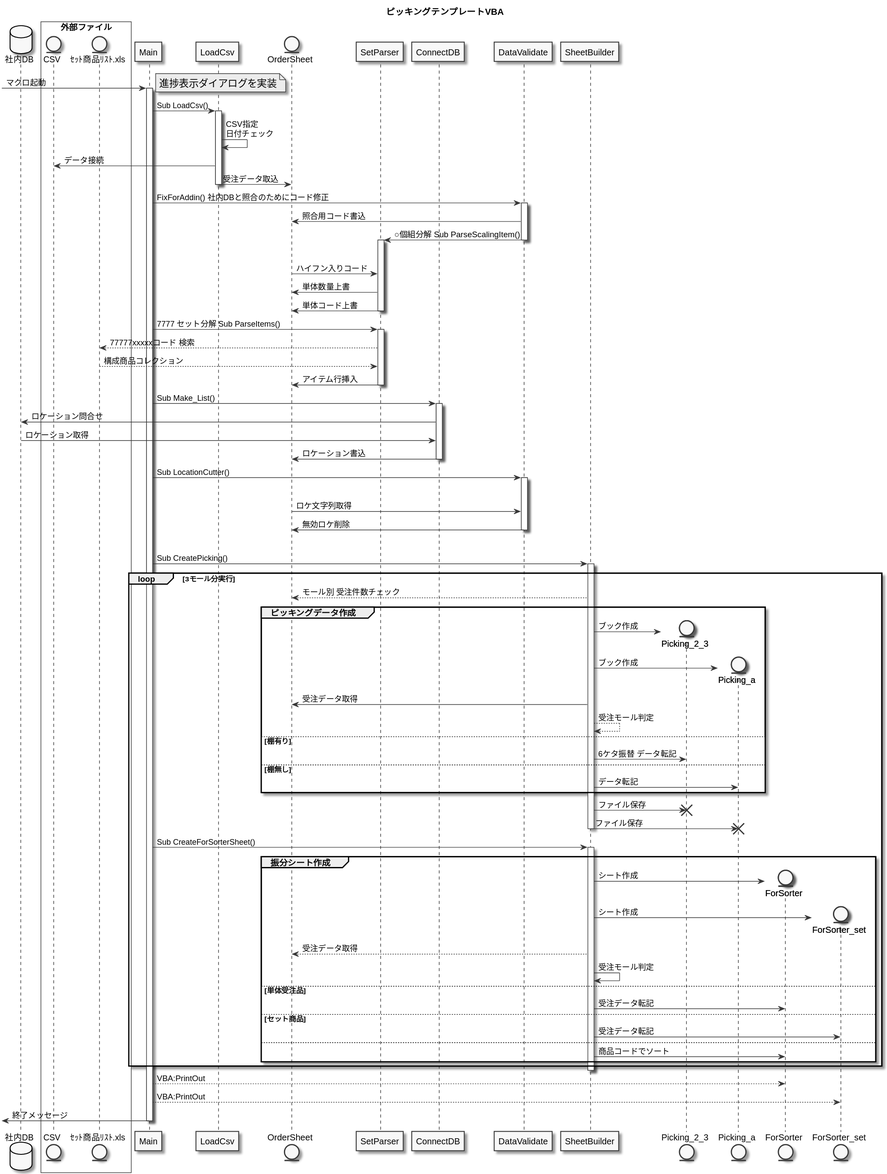
The PlantUML diagram docs/uml/picking_create_vba.svg in amunenaga/ec-backyard-macro, before a commit. Its source is kept beside it as picking_create_vba.puml.
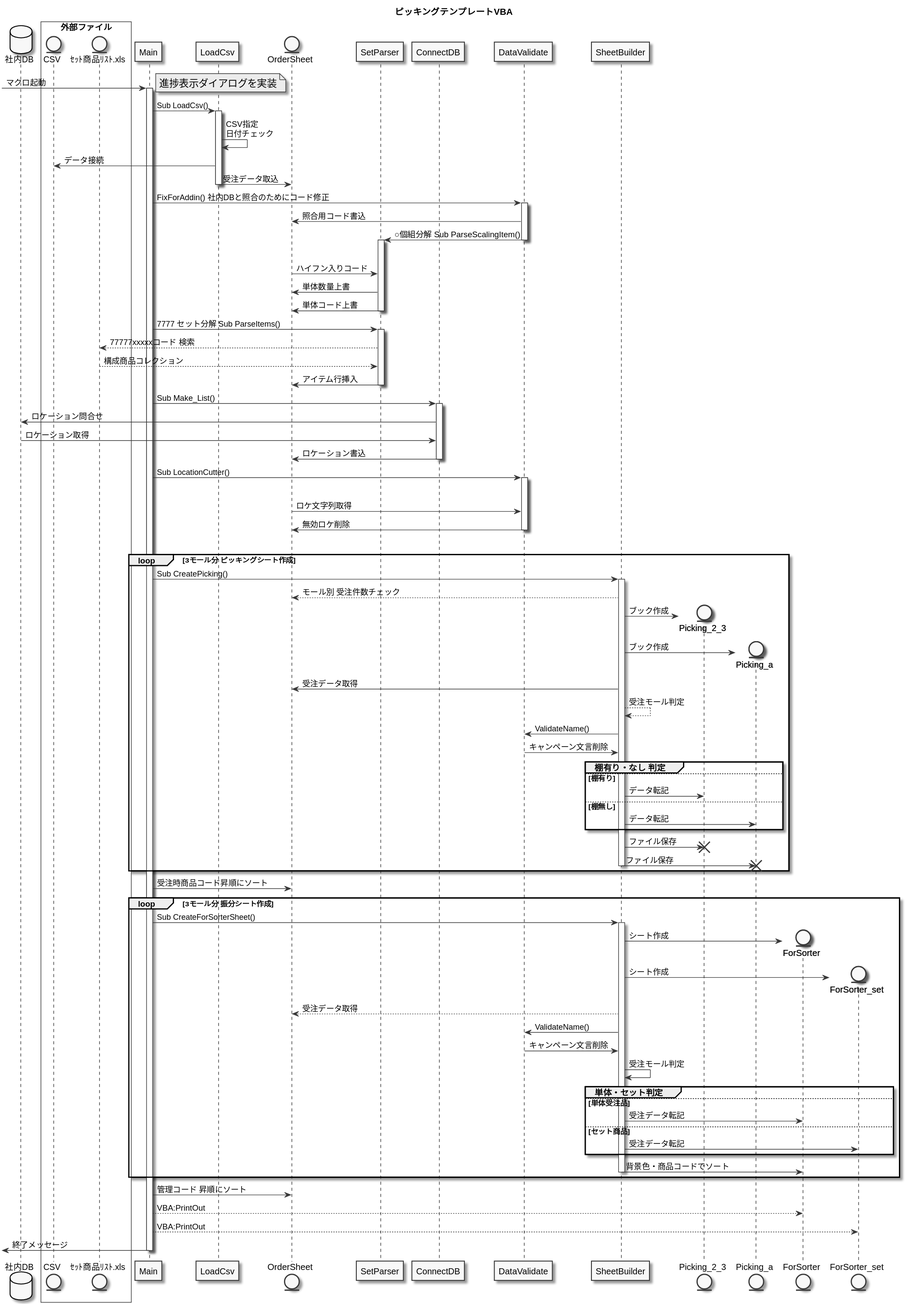
After the change.

Commit message:
商品順ソート機能追加にともなってUML図修正

What changed in the source:
```diff
@@ -87,14 +87,12 @@
 
 participant SheetBuilder
 
+
+loop 3モール分 ピッキングシート作成
 Main -> SheetBuilder : Sub CreatePicking()
 activate SheetBuilder
 
-loop 3モール分実行
-
     OrderSheet <-- SheetBuilder : モール別 受注件数チェック
-
-    Group ピッキングデータ作成
 
         create entity Picking_2_3
         SheetBuilder -> Picking_2_3 : ブック作成
@@ -106,12 +104,16 @@
 
         SheetBuilder --> SheetBuilder : 受注モール判定
 
+        DataValidate <- SheetBuilder : ValidateName()
+        DataValidate -> SheetBuilder : キャンペーン文言削除
+
+        group 棚有り・なし 判定
         else 棚有り
-            SheetBuilder -> Picking_2_3 : 6ケタ振替 データ転記
+            SheetBuilder -> Picking_2_3 : データ転記
 
         else 棚無し
             SheetBuilder -> Picking_a : データ転記
-    end
+        end
 
     SheetBuilder -> Picking_2_3 : ファイル保存
     destroy Picking_2_3
@@ -120,33 +122,41 @@
 
     destroy Picking_a
     deactivate SheetBuilder
+end
 
+Main -> OrderSheet : 受注時商品コード昇順にソート
 
+loop 3モール分 振分シート作成
     Main -> SheetBuilder : Sub CreateForSorterSheet()
-        Group 振分シート作成
+
         activate SheetBuilder
         create entity ForSorter
         SheetBuilder -> ForSorter : シート作成
         create entity ForSorter_set
         SheetBuilder -> ForSorter_set : シート作成
         OrderSheet <-- SheetBuilder : 受注データ取得
+
+        DataValidate <- SheetBuilder : ValidateName()
+        DataValidate -> SheetBuilder : キャンペーン文言削除
+
         SheetBuilder -> SheetBuilder : 受注モール判定
 
-        else 単体受注品
+        group 単体・セット判定
+            else 単体受注品
 
-            SheetBuilder -> ForSorter : 受注データ転記
+                SheetBuilder -> ForSorter : 受注データ転記
 
-        else セット商品
+            else セット商品
 
             SheetBuilder -> ForSorter_set : 受注データ転記
-        else
 
-            SheetBuilder -> ForSorter : 商品コードでソート
+        end
 
-    end
+            SheetBuilder -> ForSorter : 背景色・商品コードでソート
+            deactivate SheetBuilder
 end
 
-deactivate SheetBuilder
+Main -> OrderSheet : 管理コード 昇順にソート
 
 Main --> ForSorter : VBA:PrintOut
 Main --> ForSorter_set : VBA:PrintOut
```
